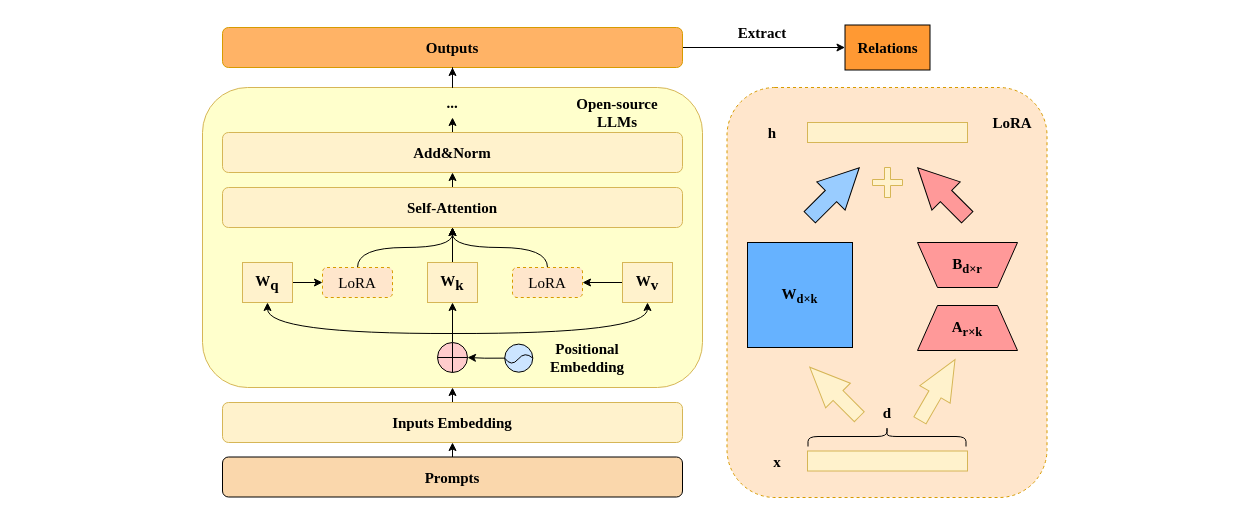
Before: Figure2.drawio in SkyuForever/CRE-LLM, a draw.io diagram. Source tidied: cells renumbered, new cells numbered last; positions are measured from the earlier drawing's top-left corner, leaving out a move shared by most shapes. Both pictures are drawn from the tidied source at 100%, with x=0, y=0 at pixel (202, 17).
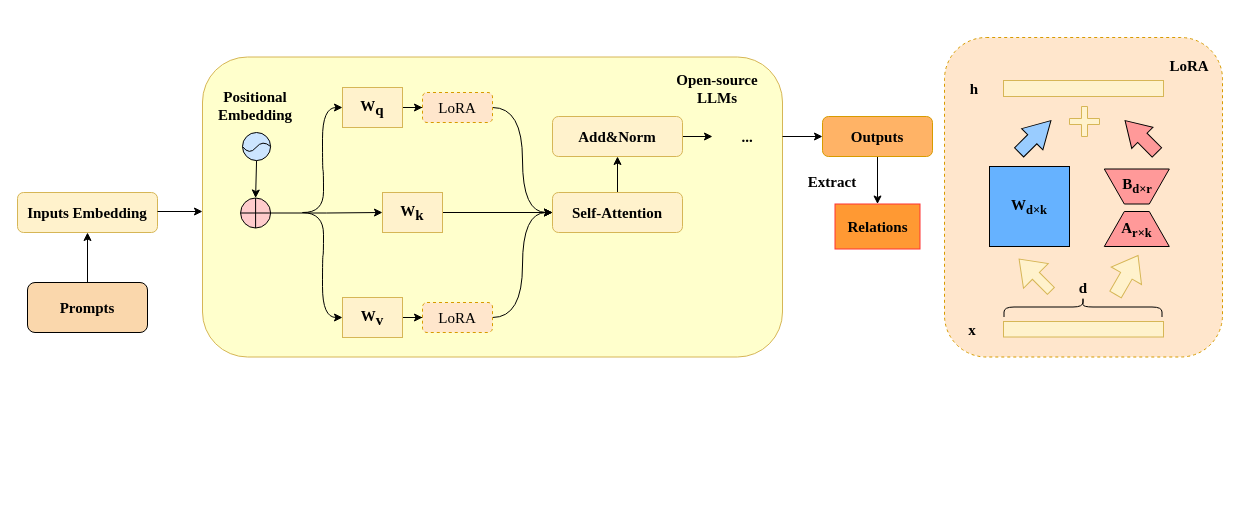
Above is the later version.

The edit, as a diff of the source:
```diff
@@
     <mxCell id="2" style="rounded=1;whiteSpace=wrap;html=1;dashed=1;fillColor=#ffe6cc;strokeColor=#d79b00;" parent="1" vertex="1">
-      <mxGeometry x="524.5" y="70" width="320" height="410" as="geometry" />
+      <mxGeometry x="742" y="20" width="278" height="319.5" as="geometry" />
     </mxCell>
     <mxCell id="3" style="rounded=1;whiteSpace=wrap;html=1;fillColor=#FFFFCC;strokeColor=#d6b656;" parent="1" vertex="1">
-      <mxGeometry y="70" width="500" height="300" as="geometry" />
+      <mxGeometry y="39.5" width="580" height="300" as="geometry" />
     </mxCell>
     <mxCell id="4" value="A&lt;sub&gt;r×k&lt;/sub&gt;" style="shape=trapezoid;perimeter=trapezoidPerimeter;whiteSpace=wrap;html=1;fixedSize=1;fontFamily=Times New Roman;fontSize=15;fontStyle=1;fillColor=#FF9999;" parent="1" vertex="1">
-      <mxGeometry x="715" y="288" width="100" height="45" as="geometry" />
+      <mxGeometry x="901.8" y="194" width="65" height="35" as="geometry" />
     </mxCell>
     <mxCell id="5" style="shape=trapezoid;perimeter=trapezoidPerimeter;whiteSpace=wrap;html=1;fixedSize=1;rotation=-180;fontFamily=Times New Roman;fontSize=15;fontStyle=1;fillColor=#FF9999;" parent="1" vertex="1">
-      <mxGeometry x="715" y="225" width="100" height="45" as="geometry" />
+      <mxGeometry x="901.8" y="151.5" width="65" height="35" as="geometry" />
     </mxCell>
     <mxCell id="6" value="&lt;font style=&quot;font-size: 15px;&quot;&gt;B&lt;/font&gt;&lt;sub&gt;d×r&lt;/sub&gt;" style="text;html=1;strokeColor=none;fillColor=none;align=center;verticalAlign=middle;whiteSpace=wrap;rounded=0;fontFamily=Times New Roman;fontSize=15;fontStyle=1;" parent="1" vertex="1">
-      <mxGeometry x="735" y="232.5" width="60" height="30" as="geometry" />
+      <mxGeometry x="911.5" y="158" width="45.5" height="20" as="geometry" />
     </mxCell>
-    <mxCell id="7" style="edgeStyle=orthogonalEdgeStyle;rounded=0;jettySize=auto;html=1;exitX=0.5;exitY=0;exitDx=0;exitDy=0;entryX=0.5;entryY=1;entryDx=0;entryDy=0;fontFamily=Times New Roman;fontSize=15;fontStyle=1;" parent="1" edge="1" source="8" target="27">
+    <mxCell id="7" style="edgeStyle=orthogonalEdgeStyle;rounded=0;jettySize=auto;html=1;exitX=0.5;exitY=0;exitDx=0;exitDy=0;" parent="1" edge="1" source="8" target="27">
       <mxGeometry relative="1" as="geometry" />
     </mxCell>
     <mxCell id="8" value="Self-Attention" style="rounded=1;whiteSpace=wrap;html=1;fontFamily=Times New Roman;fontSize=15;fontStyle=1;fillColor=#fff2cc;strokeColor=#d6b656;" parent="1" vertex="1">
-      <mxGeometry x="20" y="170" width="460" height="40" as="geometry" />
+      <mxGeometry x="350" y="175" width="130" height="40" as="geometry" />
     </mxCell>
-    <mxCell id="9" style="edgeStyle=orthogonalEdgeStyle;rounded=0;jettySize=auto;html=1;exitX=1;exitY=0.5;exitDx=0;exitDy=0;entryX=0;entryY=0.5;entryDx=0;entryDy=0;" parent="1" edge="1" source="10" target="48">
+    <mxCell id="9" style="edgeStyle=orthogonalEdgeStyle;rounded=0;jettySize=auto;html=1;exitX=1;exitY=0.5;exitDx=0;exitDy=0;" parent="1" edge="1" source="10" target="48">
       <mxGeometry relative="1" as="geometry" />
     </mxCell>
     <mxCell id="10" value="W&lt;sub style=&quot;font-size: 15px;&quot;&gt;q&lt;/sub&gt;" style="rounded=0;whiteSpace=wrap;html=1;fontFamily=Times New Roman;fontSize=15;fontStyle=1;fillColor=#fff2cc;strokeColor=#d6b656;" parent="1" vertex="1">
-      <mxGeometry x="40" y="245" width="50" height="40" as="geometry" />
+      <mxGeometry x="140" y="70" width="60" height="40" as="geometry" />
     </mxCell>
-    <mxCell id="11" style="edgeStyle=orthogonalEdgeStyle;rounded=0;jettySize=auto;html=1;entryX=0.5;entryY=1;entryDx=0;entryDy=0;curved=1;" parent="1" edge="1" target="14">
-      <mxGeometry relative="1" as="geometry">
-        <mxPoint x="250" y="316" as="sourcePoint" />
-      </mxGeometry>
-    </mxCell>
-    <mxCell id="12" style="edgeStyle=orthogonalEdgeStyle;rounded=0;jettySize=auto;html=1;entryX=0.5;entryY=1;entryDx=0;entryDy=0;curved=1;" parent="1" edge="1" target="10">
-      <mxGeometry relative="1" as="geometry">
-        <mxPoint x="250" y="316" as="sourcePoint" />
-      </mxGeometry>
-    </mxCell>
-    <mxCell id="13" style="edgeStyle=orthogonalEdgeStyle;rounded=0;jettySize=auto;html=1;exitX=0;exitY=0.5;exitDx=0;exitDy=0;entryX=1;entryY=0.5;entryDx=0;entryDy=0;" parent="1" edge="1" source="14" target="50">
+    <mxCell id="13" style="edgeStyle=orthogonalEdgeStyle;rounded=0;jettySize=auto;html=1;exitX=1;exitY=0.5;exitDx=0;exitDy=0;" parent="1" edge="1" source="14" target="50">
       <mxGeometry relative="1" as="geometry" />
     </mxCell>
     <mxCell id="14" value="W&lt;sub style=&quot;font-size: 15px;&quot;&gt;v&lt;/sub&gt;" style="rounded=0;whiteSpace=wrap;html=1;fontFamily=Times New Roman;fontSize=15;fontStyle=1;fillColor=#fff2cc;strokeColor=#d6b656;" parent="1" vertex="1">
-      <mxGeometry x="420" y="245" width="50" height="40" as="geometry" />
+      <mxGeometry x="140" y="280" width="60" height="40" as="geometry" />
     </mxCell>
     <mxCell id="15" value="&lt;font style=&quot;font-size: 15px;&quot;&gt;W&lt;/font&gt;&lt;sub&gt;d×k&lt;/sub&gt;" style="whiteSpace=wrap;html=1;fontFamily=Times New Roman;fontSize=15;fontStyle=1;fillColor=#66B2FF;" parent="1" vertex="1">
-      <mxGeometry x="545" y="225" width="105" height="105" as="geometry" />
+      <mxGeometry x="787" y="149" width="80" height="80" as="geometry" />
     </mxCell>
     <mxCell id="16" style="rounded=0;whiteSpace=wrap;html=1;fontFamily=Times New Roman;fontSize=15;fontStyle=1;fillColor=#fff2cc;strokeColor=#d6b656;" parent="1" vertex="1">
-      <mxGeometry x="605" y="433.5" width="160" height="20" as="geometry" />
+      <mxGeometry x="801" y="304" width="160" height="15.5" as="geometry" />
     </mxCell>
     <mxCell id="17" value="x" style="text;html=1;strokeColor=none;fillColor=none;align=center;verticalAlign=middle;whiteSpace=wrap;rounded=0;fontFamily=Times New Roman;fontSize=15;fontStyle=1;" parent="1" vertex="1">
-      <mxGeometry x="545" y="428.5" width="60" height="30" as="geometry" />
+      <mxGeometry x="740" y="296.8" width="60" height="30" as="geometry" />
     </mxCell>
     <mxCell id="18" style="shape=curlyBracket;whiteSpace=wrap;html=1;rounded=1;flipH=1;labelPosition=right;verticalLabelPosition=middle;align=left;verticalAlign=middle;rotation=-90;fontFamily=Times New Roman;fontSize=15;fontStyle=1;" parent="1" vertex="1">
-      <mxGeometry x="674.5" y="340" width="20" height="158" as="geometry" />
+      <mxGeometry x="870.5" y="210.5" width="20" height="158" as="geometry" />
     </mxCell>
     <mxCell id="19" value="d" style="text;html=1;strokeColor=none;fillColor=none;align=center;verticalAlign=middle;whiteSpace=wrap;rounded=0;fontFamily=Times New Roman;fontSize=15;fontStyle=1;" parent="1" vertex="1">
-      <mxGeometry x="655" y="379.5" width="60" height="30" as="geometry" />
+      <mxGeometry x="851" y="255" width="60" height="30" as="geometry" />
     </mxCell>
     <mxCell id="20" style="rounded=0;whiteSpace=wrap;html=1;fontFamily=Times New Roman;fontSize=15;fontStyle=1;fillColor=#fff2cc;strokeColor=#d6b656;" parent="1" vertex="1">
-      <mxGeometry x="605" y="105" width="160" height="20" as="geometry" />
+      <mxGeometry x="801" y="63" width="160" height="16" as="geometry" />
     </mxCell>
     <mxCell id="21" value="h" style="text;html=1;strokeColor=none;fillColor=none;align=center;verticalAlign=middle;whiteSpace=wrap;rounded=0;fontFamily=Times New Roman;fontSize=15;fontStyle=1;" parent="1" vertex="1">
-      <mxGeometry x="540" y="100" width="60" height="30" as="geometry" />
+      <mxGeometry x="742" y="56" width="60" height="30" as="geometry" />
     </mxCell>
-    <mxCell id="22" style="html=1;shadow=0;dashed=0;align=center;verticalAlign=middle;shape=mxgraph.arrows2.arrow;dy=0.6;dx=40;notch=0;rotation=-135;fontFamily=Times New Roman;fontSize=15;fontStyle=1;fillColor=#fff2cc;strokeColor=#d6b656;" parent="1" vertex="1">
-      <mxGeometry x="597" y="357" width="70" height="35" as="geometry" />
+    <mxCell id="22" style="html=1;shadow=0;dashed=0;align=center;verticalAlign=middle;shape=mxgraph.arrows2.arrow;dy=0.72;dx=23.72;notch=0;rotation=-135;fontFamily=Times New Roman;fontSize=15;fontStyle=1;fillColor=#fff2cc;strokeColor=#d6b656;" parent="1" vertex="1">
+      <mxGeometry x="810" y="240" width="45" height="35" as="geometry" />
     </mxCell>
-    <mxCell id="23" style="html=1;shadow=0;dashed=0;align=center;verticalAlign=middle;shape=mxgraph.arrows2.arrow;dy=0.6;dx=40;notch=0;rotation=-60;fontFamily=Times New Roman;fontSize=15;fontStyle=1;fillColor=#fff2cc;strokeColor=#d6b656;" parent="1" vertex="1">
-      <mxGeometry x="700" y="355" width="70" height="35" as="geometry" />
+    <mxCell id="23" style="html=1;shadow=0;dashed=0;align=center;verticalAlign=middle;shape=mxgraph.arrows2.arrow;dy=0.62;dx=23.37;notch=0;rotation=-60;fontFamily=Times New Roman;fontSize=15;fontStyle=1;fillColor=#fff2cc;strokeColor=#d6b656;" parent="1" vertex="1">
+      <mxGeometry x="901.8" y="240" width="45" height="35" as="geometry" />
     </mxCell>
-    <mxCell id="24" style="html=1;shadow=0;dashed=0;align=center;verticalAlign=middle;shape=mxgraph.arrows2.arrow;dy=0.6;dx=40;notch=0;rotation=-45;fontFamily=Times New Roman;fontSize=15;fontStyle=1;fillColor=#99CCFF;" parent="1" vertex="1">
-      <mxGeometry x="597" y="155" width="70" height="40" as="geometry" />
+    <mxCell id="24" style="html=1;shadow=0;dashed=0;align=center;verticalAlign=middle;shape=mxgraph.arrows2.arrow;dy=0.57;dx=26.37;notch=0;rotation=-45;fontFamily=Times New Roman;fontSize=15;fontStyle=1;fillColor=#99CCFF;" parent="1" vertex="1">
+      <mxGeometry x="810" y="104" width="45" height="30" as="geometry" />
     </mxCell>
-    <mxCell id="25" style="html=1;shadow=0;dashed=0;align=center;verticalAlign=middle;shape=mxgraph.arrows2.arrow;dy=0.6;dx=40;notch=0;rotation=-135;fontFamily=Times New Roman;fontSize=15;fontStyle=1;fillColor=#FF9999;" parent="1" vertex="1">
-      <mxGeometry x="705" y="155" width="70" height="40" as="geometry" />
+    <mxCell id="25" style="html=1;shadow=0;dashed=0;align=center;verticalAlign=middle;shape=mxgraph.arrows2.arrow;dy=0.56;dx=24.4;notch=0;rotation=-135;fontFamily=Times New Roman;fontSize=15;fontStyle=1;fillColor=#FF9999;" parent="1" vertex="1">
+      <mxGeometry x="916" y="104" width="45" height="30" as="geometry" />
     </mxCell>
-    <mxCell id="26" style="edgeStyle=orthogonalEdgeStyle;rounded=0;jettySize=auto;html=1;exitX=0.5;exitY=0;exitDx=0;exitDy=0;entryX=0.5;entryY=1;entryDx=0;entryDy=0;fontFamily=Times New Roman;fontSize=15;fontStyle=1;" parent="1" edge="1" source="27" target="42">
+    <mxCell id="26" style="edgeStyle=orthogonalEdgeStyle;rounded=0;jettySize=auto;html=1;exitX=1;exitY=0.5;exitDx=0;exitDy=0;" parent="1" edge="1" source="27" target="42">
       <mxGeometry relative="1" as="geometry" />
     </mxCell>
     <mxCell id="27" value="Add&amp;amp;Norm" style="rounded=1;whiteSpace=wrap;html=1;fontFamily=Times New Roman;fontSize=15;fontStyle=1;fillColor=#fff2cc;strokeColor=#d6b656;" parent="1" vertex="1">
-      <mxGeometry x="20" y="115" width="460" height="40" as="geometry" />
+      <mxGeometry x="350" y="99" width="130" height="40" as="geometry" />
     </mxCell>
     <mxCell id="28" value="LoRA" style="text;html=1;strokeColor=none;fillColor=none;align=center;verticalAlign=middle;whiteSpace=wrap;rounded=0;fontSize=15;fontFamily=Times New Roman;fontStyle=1;" parent="1" vertex="1">
-      <mxGeometry x="780" y="90" width="60" height="30" as="geometry" />
+      <mxGeometry x="957" y="33" width="60" height="30" as="geometry" />
     </mxCell>
-    <mxCell id="29" style="edgeStyle=orthogonalEdgeStyle;rounded=0;jettySize=auto;html=1;exitX=0;exitY=0.5;exitDx=0;exitDy=0;exitPerimeter=0;entryX=0.5;entryY=1;entryDx=0;entryDy=0;" parent="1" edge="1" source="30" target="54">
-      <mxGeometry relative="1" as="geometry" />
-    </mxCell>
     <mxCell id="30" style="verticalLabelPosition=bottom;verticalAlign=top;html=1;shape=mxgraph.flowchart.summing_function;fontFamily=Times New Roman;fontSize=15;fontStyle=1;fillColor=#FFCCCC;direction=south;" parent="1" vertex="1">
-      <mxGeometry x="235" y="325" width="30" height="30" as="geometry" />
+      <mxGeometry x="38.1" y="180.5" width="30" height="30" as="geometry" />
     </mxCell>
-    <mxCell id="31" style="edgeStyle=orthogonalEdgeStyle;rounded=0;jettySize=auto;html=1;exitX=0.5;exitY=0;exitDx=0;exitDy=0;entryX=0.5;entryY=1;entryDx=0;entryDy=0;" parent="1" edge="1" source="32" target="3">
-      <mxGeometry relative="1" as="geometry" />
-    </mxCell>
     <mxCell id="32" value="Inputs Embedding" style="rounded=1;whiteSpace=wrap;html=1;fontFamily=Times New Roman;fontSize=15;fontStyle=1;fillColor=#fff2cc;strokeColor=#d6b656;" parent="1" vertex="1">
-      <mxGeometry x="20" y="385" width="460" height="40" as="geometry" />
+      <mxGeometry x="-185" y="175" width="140" height="40" as="geometry" />
     </mxCell>
-    <mxCell id="33" style="edgeStyle=orthogonalEdgeStyle;rounded=0;jettySize=auto;html=1;exitX=0.5;exitY=0;exitDx=0;exitDy=0;entryX=0.5;entryY=1;entryDx=0;entryDy=0;fontFamily=Times New Roman;fontSize=15;fontStyle=1;" parent="1" edge="1" source="34" target="32">
+    <mxCell id="33" style="edgeStyle=orthogonalEdgeStyle;rounded=0;jettySize=auto;html=1;exitX=0.5;exitY=0;exitDx=0;exitDy=0;entryX=0.5;entryY=1;entryDx=0;entryDy=0;" parent="1" edge="1" source="34" target="32">
       <mxGeometry relative="1" as="geometry" />
     </mxCell>
     <mxCell id="34" value="Prompts" style="rounded=1;whiteSpace=wrap;html=1;fontFamily=Times New Roman;fontSize=15;fontStyle=1;fillColor=#FAD7AC;" parent="1" vertex="1">
-      <mxGeometry x="20" y="439.5" width="460" height="40" as="geometry" />
+      <mxGeometry x="-175" y="265" width="120" height="50" as="geometry" />
     </mxCell>
     <mxCell id="35" style="group;rotation=-180;fontFamily=Times New Roman;fontSize=15;fontStyle=1;" parent="1" vertex="1">
-      <mxGeometry x="308.5" y="333" width="30" height="30" as="geometry" />
+      <mxGeometry x="50" y="95" width="30" height="30" as="geometry" />
     </mxCell>
+    <mxCell id="55" style="group;" parent="35" vertex="1">
+      <mxGeometry x="-10" y="20" width="28.1" height="28.1" as="geometry" />
+    </mxCell>
-    <mxCell id="36" style="ellipse;whiteSpace=wrap;html=1;rotation=-180;fontFamily=Times New Roman;fontSize=15;fontStyle=1;fillColor=#CCE5FF;" parent="35" vertex="1">
-      <mxGeometry x="-6.3" y="-6.4" width="28.1" height="28.1" as="geometry" />
+    <mxCell id="36" style="ellipse;whiteSpace=wrap;html=1;rotation=-180;fontFamily=Times New Roman;fontSize=15;fontStyle=1;fillColor=#CCE5FF;" parent="55" vertex="1">
+      <mxGeometry width="28.1" height="28.1" as="geometry" />
     </mxCell>
-    <mxCell id="37" style="endArrow=none;html=1;rounded=0;entryX=1;entryY=0.5;entryDx=0;entryDy=0;exitX=0;exitY=0.5;exitDx=0;exitDy=0;curved=1;fontFamily=Times New Roman;fontSize=15;fontStyle=1;" parent="35" edge="1" source="36" target="36">
+    <mxCell id="37" style="endArrow=none;html=1;rounded=0;entryX=1;entryY=0.5;entryDx=0;entryDy=0;exitX=0;exitY=0.5;exitDx=0;exitDy=0;curved=1;fontFamily=Times New Roman;fontSize=15;fontStyle=1;" parent="55" edge="1" source="36" target="36">
       <mxGeometry relative="1" as="geometry">
         <Array as="points">
-          <mxPoint x="13.9" y="0.4" />
-          <mxPoint x="0.4" y="16.9" />
+          <mxPoint x="20.2" y="6.8" />
+          <mxPoint x="6.8" y="23.2" />
         </Array>
       </mxGeometry>
     </mxCell>
     <mxCell id="38" value="Positional&lt;br style=&quot;font-size: 15px;&quot;&gt;Embedding" style="text;html=1;strokeColor=none;fillColor=none;align=center;verticalAlign=middle;whiteSpace=wrap;rounded=0;fontSize=15;fontFamily=Times New Roman;fontStyle=1;" parent="1" vertex="1">
-      <mxGeometry x="350" y="320" width="70" height="40" as="geometry" />
+      <mxGeometry x="18.1" y="67.5" width="70" height="40" as="geometry" />
     </mxCell>
-    <mxCell id="39" style="edgeStyle=orthogonalEdgeStyle;rounded=0;jettySize=auto;html=1;exitX=1;exitY=0.5;exitDx=0;exitDy=0;entryX=0;entryY=0.5;entryDx=0;entryDy=0;" parent="1" edge="1" source="40" target="43">
+    <mxCell id="39" style="edgeStyle=orthogonalEdgeStyle;rounded=0;jettySize=auto;html=1;exitX=0.5;exitY=1;exitDx=0;exitDy=0;entryX=0.5;entryY=0;entryDx=0;entryDy=0;" parent="1" edge="1" source="40" target="43">
       <mxGeometry relative="1" as="geometry" />
     </mxCell>
     <mxCell id="40" value="Outputs" style="rounded=1;whiteSpace=wrap;html=1;fontFamily=Times New Roman;fontSize=15;fontStyle=1;fillColor=#FFB366;strokeColor=#d79b00;" parent="1" vertex="1">
-      <mxGeometry x="20" y="10" width="460" height="40" as="geometry" />
+      <mxGeometry x="620" y="99" width="110" height="40" as="geometry" />
     </mxCell>
-    <mxCell id="41" style="edgeStyle=orthogonalEdgeStyle;rounded=0;jettySize=auto;html=1;exitX=0.5;exitY=0;exitDx=0;exitDy=0;fontFamily=Times New Roman;fontSize=15;fontStyle=1;" parent="1" edge="1" source="42" target="40">
+    <mxCell id="41" style="edgeStyle=orthogonalEdgeStyle;rounded=0;jettySize=auto;html=1;exitX=1;exitY=0.5;exitDx=0;exitDy=0;entryX=0;entryY=0.5;entryDx=0;entryDy=0;" parent="1" edge="1" source="42" target="40">
       <mxGeometry relative="1" as="geometry" />
     </mxCell>
     <mxCell id="42" value="..." style="text;html=1;strokeColor=none;fillColor=none;align=center;verticalAlign=middle;whiteSpace=wrap;rounded=0;fontFamily=Times New Roman;fontSize=15;fontStyle=1;" parent="1" vertex="1">
-      <mxGeometry x="200" y="70" width="100" height="30" as="geometry" />
+      <mxGeometry x="510" y="104" width="70" height="30" as="geometry" />
     </mxCell>
-    <mxCell id="43" value="Relations" style="rounded=0;whiteSpace=wrap;html=1;fontFamily=Times New Roman;fontSize=15;fontStyle=1;fillColor=#FF9933;" parent="1" vertex="1">
-      <mxGeometry x="642.5" y="7.5" width="85" height="45" as="geometry" />
+    <mxCell id="43" value="Relations" style="rounded=0;whiteSpace=wrap;html=1;fontFamily=Times New Roman;fontSize=15;fontStyle=1;fillColor=#FF9933;strokeColor=#FF3333;" parent="1" vertex="1">
+      <mxGeometry x="632.5" y="186.5" width="85" height="45" as="geometry" />
     </mxCell>
     <mxCell id="44" value="Extract" style="text;html=1;strokeColor=none;fillColor=none;align=center;verticalAlign=middle;whiteSpace=wrap;rounded=0;fontFamily=Times New Roman;fontSize=15;fontStyle=1;" parent="1" vertex="1">
-      <mxGeometry x="520" width="80" height="30" as="geometry" />
+      <mxGeometry x="590" y="149" width="80" height="30" as="geometry" />
     </mxCell>
     <mxCell id="45" style="shape=cross;whiteSpace=wrap;html=1;fillColor=#fff2cc;strokeColor=#d6b656;" parent="1" vertex="1">
-      <mxGeometry x="670" y="150" width="30" height="30" as="geometry" />
+      <mxGeometry x="867" y="89" width="30" height="30" as="geometry" />
     </mxCell>
@@
-    <mxCell id="47" style="edgeStyle=orthogonalEdgeStyle;rounded=0;jettySize=auto;html=1;exitX=0.5;exitY=0;exitDx=0;exitDy=0;entryX=0.5;entryY=1;entryDx=0;entryDy=0;curved=1;" parent="1" edge="1" source="48" target="8">
+    <mxCell id="47" style="edgeStyle=orthogonalEdgeStyle;rounded=0;jettySize=auto;html=1;exitX=1;exitY=0.5;exitDx=0;exitDy=0;entryX=0;entryY=0.5;entryDx=0;entryDy=0;curved=1;" parent="1" edge="1" source="48" target="8">
       <mxGeometry relative="1" as="geometry" />
     </mxCell>
     <mxCell id="48" value="LoRA" style="rounded=1;whiteSpace=wrap;html=1;fontSize=15;fontFamily=Times New Roman;dashed=1;fillColor=#ffe6cc;strokeColor=#d79b00;" parent="1" vertex="1">
-      <mxGeometry x="120" y="250" width="70" height="30" as="geometry" />
+      <mxGeometry x="220" y="75" width="70" height="30" as="geometry" />
     </mxCell>
-    <mxCell id="49" style="edgeStyle=orthogonalEdgeStyle;rounded=0;jettySize=auto;html=1;exitX=0.5;exitY=0;exitDx=0;exitDy=0;entryX=0.5;entryY=1;entryDx=0;entryDy=0;curved=1;" parent="1" edge="1" source="50" target="8">
+    <mxCell id="49" style="edgeStyle=orthogonalEdgeStyle;rounded=0;jettySize=auto;html=1;exitX=1;exitY=0.5;exitDx=0;exitDy=0;entryX=0;entryY=0.5;entryDx=0;entryDy=0;curved=1;" parent="1" edge="1" source="50" target="8">
       <mxGeometry relative="1" as="geometry" />
     </mxCell>
     <mxCell id="50" value="LoRA" style="rounded=1;whiteSpace=wrap;html=1;fontSize=15;fontFamily=Times New Roman;dashed=1;fillColor=#ffe6cc;strokeColor=#d79b00;" parent="1" vertex="1">
-      <mxGeometry x="310" y="250" width="70" height="30" as="geometry" />
+      <mxGeometry x="220" y="285" width="70" height="30" as="geometry" />
     </mxCell>
     <mxCell id="51" value="Open-source LLMs" style="text;html=1;strokeColor=none;fillColor=none;align=center;verticalAlign=middle;whiteSpace=wrap;rounded=0;fontSize=15;fontFamily=Times New Roman;fontStyle=1;" parent="1" vertex="1">
-      <mxGeometry x="370" y="80" width="90" height="30" as="geometry" />
+      <mxGeometry x="470" y="57.2" width="90" height="27.5" as="geometry" />
     </mxCell>
+    <mxCell id="56" style="edgeStyle=orthogonalEdgeStyle;rounded=0;jettySize=auto;html=1;exitX=1;exitY=0.5;exitDx=0;exitDy=0;" parent="1" edge="1" source="54" target="8">
+      <mxGeometry relative="1" as="geometry" />
+    </mxCell>
+    <mxCell id="54" value="W&lt;sub style=&quot;font-size: 15px;&quot;&gt;k&lt;/sub&gt;" style="rounded=0;whiteSpace=wrap;html=1;fontFamily=Times New Roman;fontSize=15;fontStyle=1;fillColor=#fff2cc;strokeColor=#d6b656;" parent="1" vertex="1">
+      <mxGeometry x="180" y="175" width="60" height="40" as="geometry" />
+    </mxCell>
-    <mxCell id="52" style="edgeStyle=orthogonalEdgeStyle;rounded=0;jettySize=auto;html=1;" parent="1" edge="1" source="36" target="30">
+    <mxCell id="52" style="edgeStyle=orthogonalEdgeStyle;rounded=0;jettySize=auto;html=1;exitX=0.5;exitY=0;exitDx=0;exitDy=0;entryX=0;entryY=0.5;entryDx=0;entryDy=0;entryPerimeter=0;" parent="1" edge="1" source="36" target="30">
       <mxGeometry relative="1" as="geometry" />
     </mxCell>
-    <mxCell id="53" style="edgeStyle=orthogonalEdgeStyle;rounded=0;jettySize=auto;html=1;exitX=0.5;exitY=0;exitDx=0;exitDy=0;" parent="1" edge="1" source="54">
-      <mxGeometry relative="1" as="geometry">
-        <mxPoint x="250" y="210" as="targetPoint" />
-      </mxGeometry>
-    </mxCell>
-    <mxCell id="54" value="W&lt;sub style=&quot;font-size: 15px;&quot;&gt;k&lt;/sub&gt;" style="rounded=0;whiteSpace=wrap;html=1;fontFamily=Times New Roman;fontSize=15;fontStyle=1;fillColor=#fff2cc;strokeColor=#d6b656;" parent="1" vertex="1">
-      <mxGeometry x="225" y="245" width="50" height="40" as="geometry" />
-    </mxCell>
+    <mxCell id="57" style="edgeStyle=orthogonalEdgeStyle;rounded=0;jettySize=auto;html=1;exitX=1;exitY=0.5;exitDx=0;exitDy=0;entryX=0;entryY=0.5;entryDx=0;entryDy=0;curved=1;" parent="1" edge="1" target="10">
+      <mxGeometry relative="1" as="geometry">
+        <mxPoint x="100" y="195" as="sourcePoint" />
+      </mxGeometry>
+    </mxCell>
+    <mxCell id="58" style="edgeStyle=orthogonalEdgeStyle;rounded=0;jettySize=auto;html=1;exitX=1;exitY=0.5;exitDx=0;exitDy=0;entryX=0;entryY=0.5;entryDx=0;entryDy=0;curved=1;" parent="1" edge="1" target="14">
+      <mxGeometry relative="1" as="geometry">
+        <mxPoint x="100" y="195" as="sourcePoint" />
+      </mxGeometry>
+    </mxCell>
+    <mxCell id="29" style="edgeStyle=orthogonalEdgeStyle;rounded=0;jettySize=auto;html=1;exitX=0.5;exitY=0;exitDx=0;exitDy=0;exitPerimeter=0;" parent="1" edge="1" source="30" target="54">
+      <mxGeometry relative="1" as="geometry" />
+    </mxCell>
+    <mxCell id="59" style="endArrow=classic;html=1;rounded=0;" parent="1" edge="1">
+      <mxGeometry relative="1" as="geometry">
+        <mxPoint x="-45" y="194" as="sourcePoint" />
+        <mxPoint y="194" as="targetPoint" />
+      </mxGeometry>
+    </mxCell>
```
